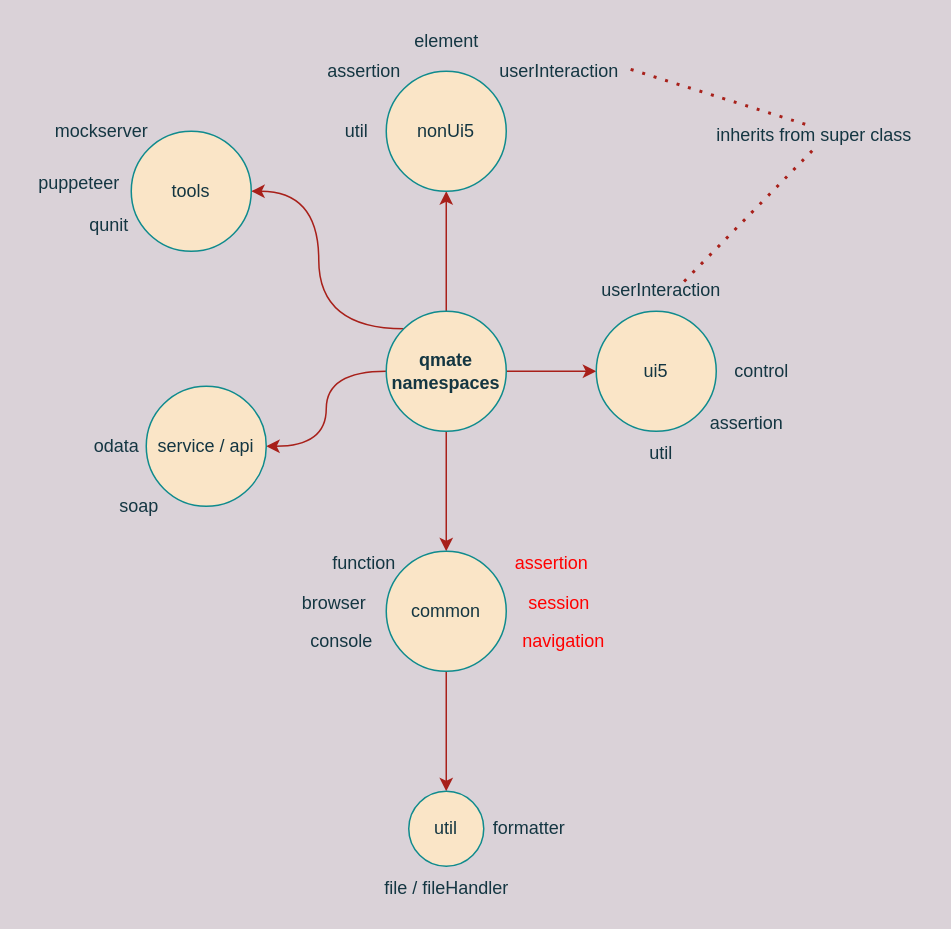
SAP/wdio-qmate-service keeps this draw.io diagram as reuse/structure.drawio. Above is the earlier version. Source tidied: cells renumbered, new cells numbered last; positions are measured from the earlier drawing's top-left corner, leaving out a move shared by most shapes. Both pictures are drawn from the tidied source at 150%, with x=0, y=0 at pixel (26, 26).
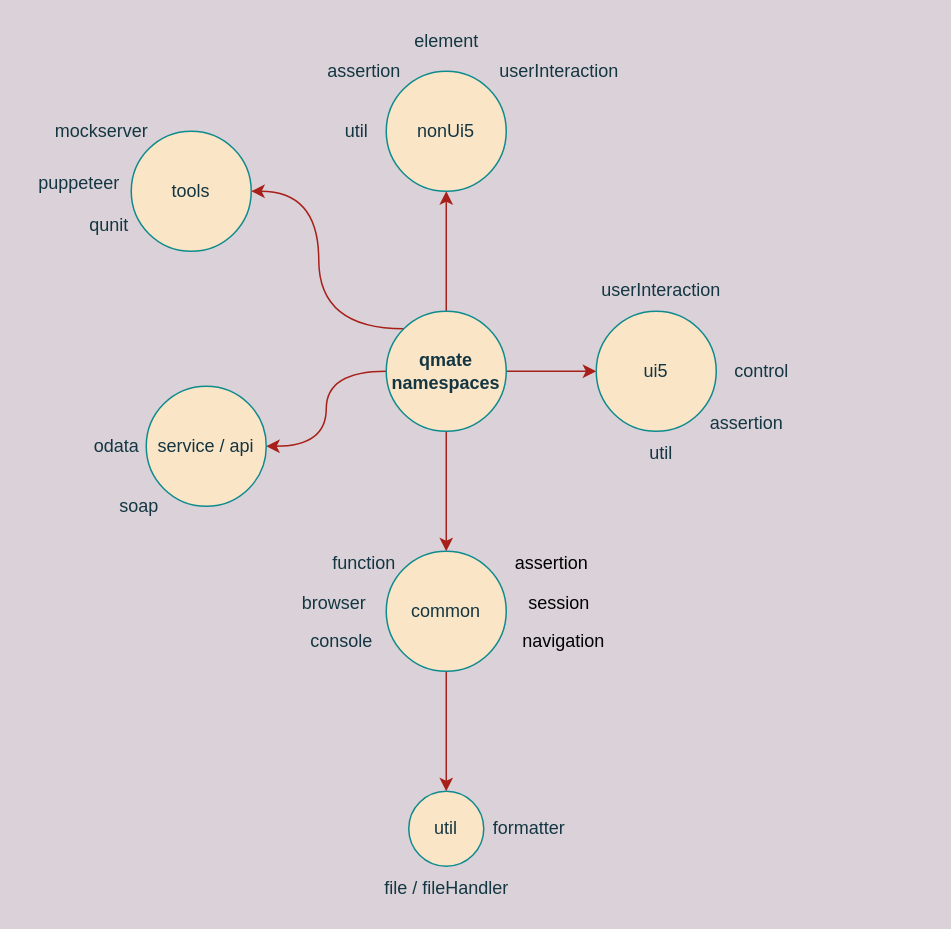
After the change.

Unchanged cells that the change refers to:
```xml
<mxCell id="26" value="userInteraction" style="text;html=1;align=center;verticalAlign=middle;points=[];strokeColor=none;fontColor=#143642;" parent="1" vertex="1">
  <mxGeometry x="378" y="166" width="90" height="20" as="geometry" />
</mxCell>
<mxCell id="27" value="userInteraction" style="text;html=1;align=center;verticalAlign=middle;points=[];strokeColor=none;fontColor=#143642;" parent="1" vertex="1">
  <mxGeometry x="310" y="20" width="90" height="20" as="geometry" />
</mxCell>
```

Diff of the diagram source:
```diff
@@
-    <mxCell id="18" value="assertion" style="text;html=1;align=center;verticalAlign=middle;strokeColor=none;fontColor=#FF0000;" parent="1" vertex="1">
+    <mxCell id="18" value="assertion" style="text;html=1;align=center;verticalAlign=middle;strokeColor=none;fontColor=#000000;" parent="1" vertex="1">
       <mxGeometry x="320" y="348" width="60" height="20" as="geometry" />
     </mxCell>
@@
-    <mxCell id="24" value="navigation" style="text;html=1;align=center;verticalAlign=middle;strokeColor=none;fontColor=#FF0000;" parent="1" vertex="1">
+    <mxCell id="24" value="navigation" style="text;html=1;align=center;verticalAlign=middle;strokeColor=none;fontColor=#000000;" parent="1" vertex="1">
       <mxGeometry x="323" y="400" width="70" height="20" as="geometry" />
     </mxCell>
-    <mxCell id="25" value="session" style="text;html=1;align=center;verticalAlign=middle;strokeColor=none;fontColor=#FF0000;" parent="1" vertex="1">
+    <mxCell id="25" value="session" style="text;html=1;align=center;verticalAlign=middle;strokeColor=none;fontColor=#000000;" parent="1" vertex="1">
       <mxGeometry x="325" y="375" width="60" height="20" as="geometry" />
     </mxCell>
@@
-    <mxCell id="28" style="endArrow=none;dashed=1;html=1;dashPattern=1 3;strokeWidth=2;exitX=0.462;exitY=0.117;exitDx=0;exitDy=0;exitPerimeter=0;labelBackgroundColor=#DAD2D8;strokeColor=#A8201A;fontColor=#143642;curved=1;entryX=1.03;entryY=0.434;entryDx=0;entryDy=0;entryPerimeter=0;" parent="1" edge="1" source="29" target="27">
-      <mxGeometry relative="1" as="geometry" />
-    </mxCell>
-    <mxCell id="29" value="inherits from super class" style="text;html=1;align=center;verticalAlign=middle;points=[];strokeColor=none;fontColor=#143642;" parent="1" vertex="1">
-      <mxGeometry x="450" y="63" width="150" height="20" as="geometry" />
-    </mxCell>
@@
-    <mxCell id="38" style="endArrow=none;dashed=1;html=1;dashPattern=1 3;strokeWidth=2;entryX=0.669;entryY=0.226;entryDx=0;entryDy=0;entryPerimeter=0;labelBackgroundColor=#DAD2D8;strokeColor=#A8201A;fontColor=#143642;curved=1;exitX=0.493;exitY=1.001;exitDx=0;exitDy=0;exitPerimeter=0;" parent="1" edge="1" source="29" target="26">
-      <mxGeometry relative="1" as="geometry" />
-    </mxCell>
```
